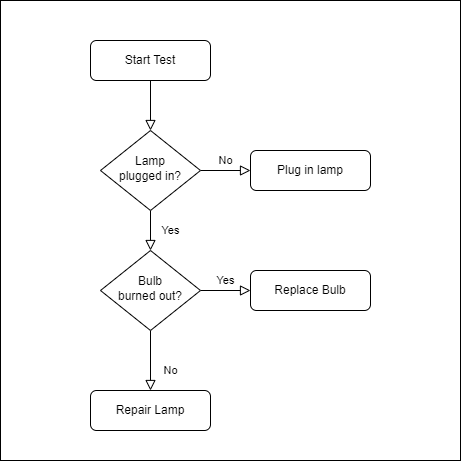
Earlier version of the draw.io export CANBusTester.drawio.png (thomasbalzer/CANBusTester). Source tidied: cells renumbered, new cells last; positions are measured from the earlier drawing's top-left corner, leaving out a move shared by most shapes.
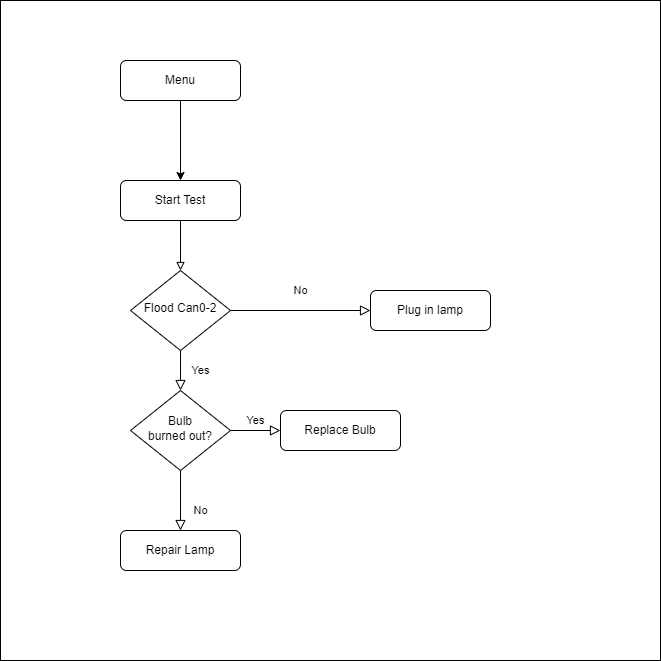
The same diagram one commit later.

The edit, as a diff of the source:
```diff
@@ -3,25 +3,28 @@
     <mxCell id="0" />
     <mxCell id="1" parent="0" />
     <mxCell id="2" style="whiteSpace=wrap;html=1;" parent="1" vertex="1">
-      <mxGeometry width="460" height="460" as="geometry" />
+      <mxGeometry x="-30" y="-140" width="660" height="660" as="geometry" />
     </mxCell>
-    <mxCell id="3" style="rounded=0;html=1;jettySize=auto;fontSize=11;endArrow=block;endFill=0;endSize=8;strokeWidth=1;shadow=0;labelBackgroundColor=none;edgeStyle=orthogonalEdgeStyle;" parent="1" edge="1" source="4" target="7">
+    <mxCell id="3" style="rounded=0;html=1;jettySize=auto;fontSize=11;endArrow=block;endFill=0;strokeWidth=1;shadow=0;labelBackgroundColor=none;edgeStyle=orthogonalEdgeStyle;" parent="1" edge="1" source="4" target="7">
       <mxGeometry relative="1" as="geometry" />
     </mxCell>
+    <mxCell id="14" style="edgeStyle=orthogonalEdgeStyle;rounded=0;jettySize=auto;html=1;entryX=0.5;entryY=0;entryDx=0;entryDy=0;exitX=0.5;exitY=1;exitDx=0;exitDy=0;" parent="1" edge="1" source="15" target="4">
+      <mxGeometry relative="1" as="geometry" />
+    </mxCell>
     <mxCell id="4" value="Start Test" style="rounded=1;whiteSpace=wrap;html=1;fontSize=12;glass=0;strokeWidth=1;shadow=0;" parent="1" vertex="1">
       <mxGeometry x="90" y="40" width="120" height="40" as="geometry" />
     </mxCell>
     <mxCell id="5" value="Yes" style="rounded=0;html=1;jettySize=auto;fontSize=11;endArrow=block;endFill=0;endSize=8;strokeWidth=1;shadow=0;labelBackgroundColor=none;edgeStyle=orthogonalEdgeStyle;" parent="1" edge="1" source="7" target="11">
       <mxGeometry y="20" relative="1" as="geometry" />
     </mxCell>
-    <mxCell id="6" value="No" style="edgeStyle=orthogonalEdgeStyle;rounded=0;html=1;jettySize=auto;fontSize=11;endArrow=block;endFill=0;endSize=8;strokeWidth=1;shadow=0;labelBackgroundColor=none;" parent="1" edge="1" source="7" target="8">
-      <mxGeometry y="10" relative="1" as="geometry" />
+    <mxCell id="6" value="No" style="edgeStyle=orthogonalEdgeStyle;rounded=0;jettySize=auto;fontSize=11;endArrow=block;endFill=0;endSize=8;strokeWidth=1;shadow=0;labelBackgroundColor=none;html=1;" parent="1" edge="1" source="7" target="8">
+      <mxGeometry y="20" relative="1" as="geometry" />
     </mxCell>
-    <mxCell id="7" value="Lamp&lt;br&gt;plugged in?" style="rhombus;whiteSpace=wrap;html=1;shadow=0;fontFamily=Helvetica;fontSize=12;align=center;strokeWidth=1;spacing=6;spacingTop=-4;" parent="1" vertex="1">
+    <mxCell id="7" value="Flood Can0-2" style="rhombus;whiteSpace=wrap;html=1;shadow=0;fontFamily=Helvetica;fontSize=12;align=center;strokeWidth=1;spacing=6;spacingTop=-4;" parent="1" vertex="1">
       <mxGeometry x="100" y="130" width="100" height="80" as="geometry" />
     </mxCell>
     <mxCell id="8" value="Plug in lamp" style="rounded=1;whiteSpace=wrap;html=1;fontSize=12;glass=0;strokeWidth=1;shadow=0;" parent="1" vertex="1">
-      <mxGeometry x="250" y="150" width="120" height="40" as="geometry" />
+      <mxGeometry x="340" y="150" width="120" height="40" as="geometry" />
     </mxCell>
     <mxCell id="9" value="No" style="rounded=0;html=1;jettySize=auto;fontSize=11;endArrow=block;endFill=0;endSize=8;strokeWidth=1;shadow=0;labelBackgroundColor=none;edgeStyle=orthogonalEdgeStyle;" parent="1" edge="1" source="11" target="12">
       <mxGeometry x="0.33" y="20" relative="1" as="geometry" />
@@ -38,5 +41,8 @@
     <mxCell id="13" value="Replace Bulb" style="rounded=1;whiteSpace=wrap;html=1;fontSize=12;glass=0;strokeWidth=1;shadow=0;" parent="1" vertex="1">
       <mxGeometry x="250" y="270" width="120" height="40" as="geometry" />
     </mxCell>
+    <mxCell id="15" value="Menu" style="rounded=1;whiteSpace=wrap;html=1;fontSize=12;glass=0;strokeWidth=1;shadow=0;" parent="1" vertex="1">
+      <mxGeometry x="90" y="-80" width="120" height="40" as="geometry" />
+    </mxCell>
   </root>
 </mxGraphModel>
```
